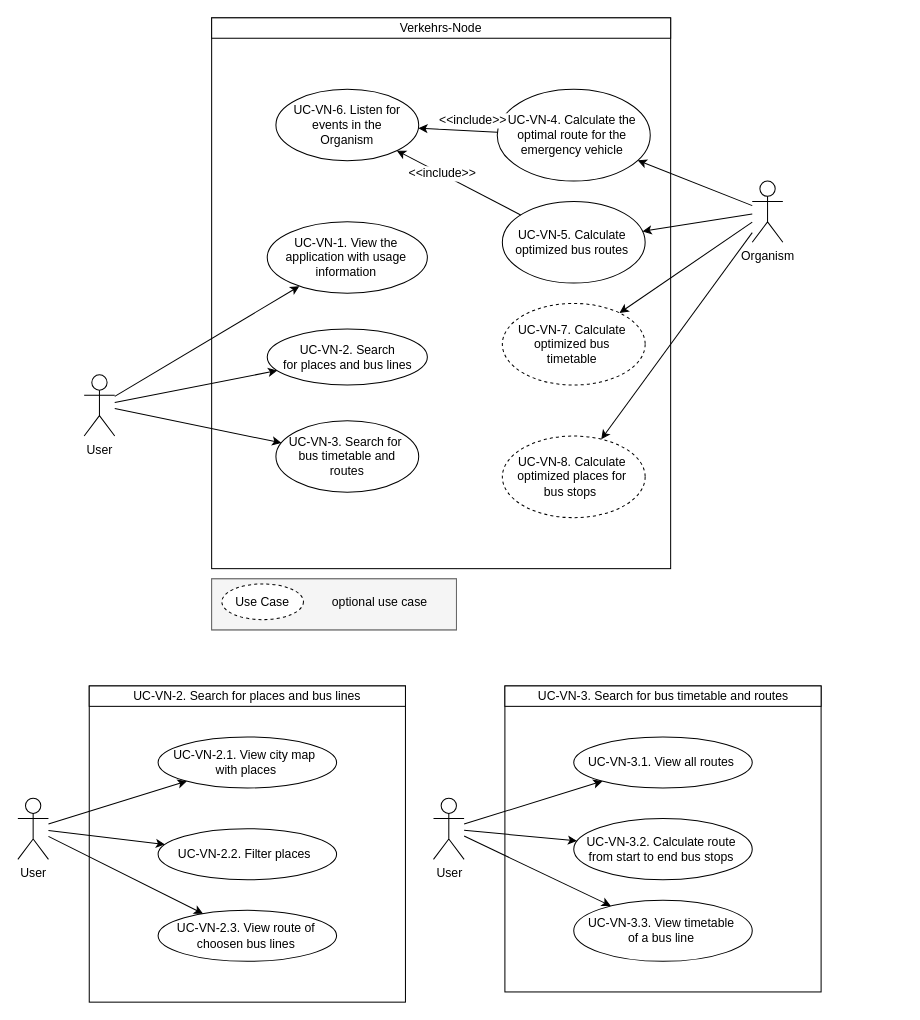
The draw.io diagram Documentation/Use Cases/Use-Case-Diagram.drawio in mif-sge/verkehr, before the edit. Source tidied: cells renumbered, new cells numbered last; positions are measured from the earlier drawing's top-left corner, leaving out a move shared by most shapes. Both pictures are drawn from the tidied source at 102%, with x=0, y=0 at pixel (17, 17). Pictures stored in the file or linked from it are replaced by grey dashed boxes.
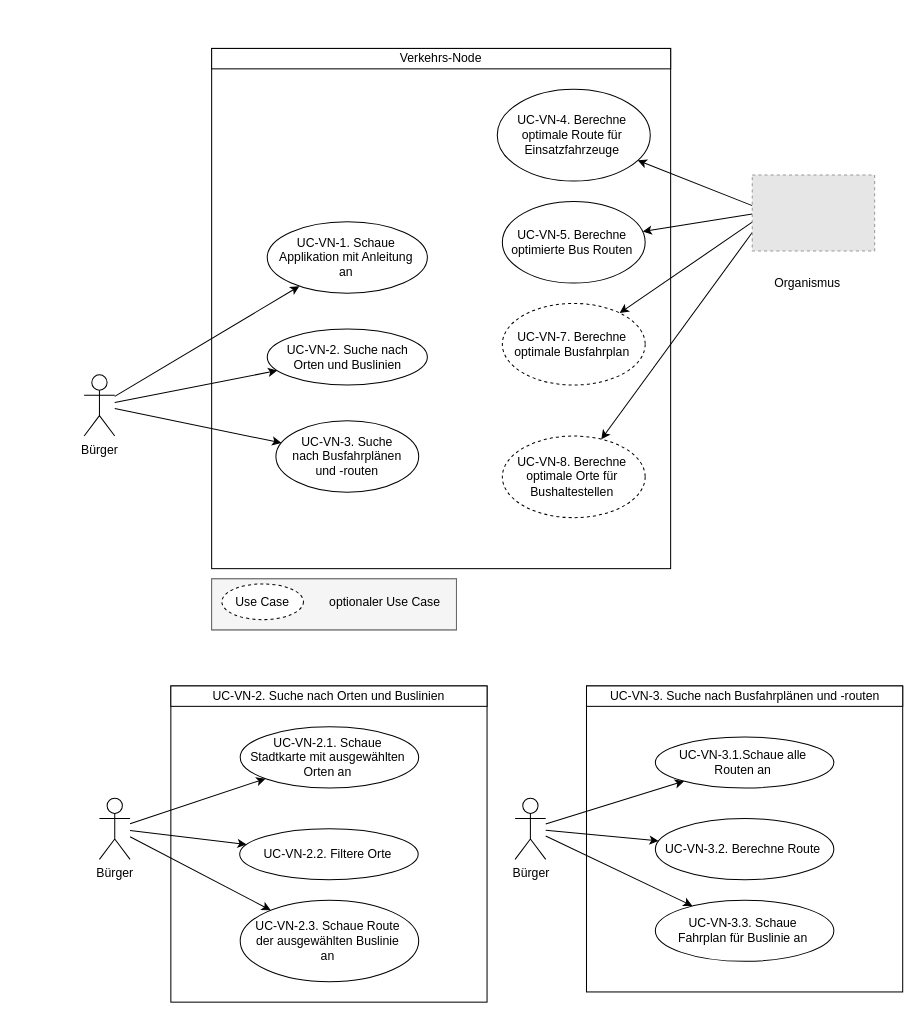
The same diagram, later.

Unchanged cells that the change refers to:
```xml
<mxCell id="22" style="group;" parent="1" vertex="1">
  <mxGeometry x="65" width="685" height="540" as="geometry" />
</mxCell>
<mxCell id="46" style="group;fillColor=#E6E6E6;strokeColor=#666666;fontColor=#333333;" parent="1" vertex="1">
  <mxGeometry x="190" y="550" width="240" height="50" as="geometry" />
</mxCell>
```

The edit, as a diff of the source:
```diff
@@
     <mxCell id="2" style="group;" parent="1" vertex="1">
-      <mxGeometry y="655" width="380" height="310" as="geometry" />
+      <mxGeometry x="80" y="655" width="380" height="310" as="geometry" />
     </mxCell>
@@
-    <mxCell id="4" value="UC-VN-2. Search for&lt;span lang=&quot;en&quot;&gt;&lt;span title=&quot;&quot;&gt;&amp;nbsp;places&amp;nbsp;&lt;/span&gt;&lt;/span&gt;&lt;span lang=&quot;en&quot;&gt;&lt;span title=&quot;&quot;&gt;and bus lines&lt;/span&gt;&lt;/span&gt;" style="rounded=0;whiteSpace=wrap;html=1;" parent="2" vertex="1">
+    <mxCell id="4" value="UC-VN-2. Suche nach Orten und Buslinien" style="rounded=0;whiteSpace=wrap;html=1;" parent="2" vertex="1">
       <mxGeometry x="70" width="310" height="20" as="geometry" />
     </mxCell>
-    <mxCell id="5" value="User" style="shape=umlActor;verticalLabelPosition=bottom;labelBackgroundColor=#ffffff;verticalAlign=top;html=1;" parent="2" vertex="1">
+    <mxCell id="5" value="Bürger" style="shape=umlActor;verticalLabelPosition=bottom;labelBackgroundColor=#ffffff;verticalAlign=top;html=1;" parent="2" vertex="1">
       <mxGeometry y="110" width="30" height="60" as="geometry" />
     </mxCell>
-    <mxCell id="6" value="&lt;span lang=&quot;en&quot;&gt;UC-VN-2.1. View city map&amp;nbsp; with places&lt;br&gt;&lt;/span&gt;" style="ellipse;whiteSpace=wrap;html=1;spacingLeft=7;spacingBottom=10;spacingRight=10;spacingTop=10;" parent="2" vertex="1">
-      <mxGeometry x="137.5" y="50" width="175" height="50" as="geometry" />
+    <mxCell id="6" value="&lt;span lang=&quot;en&quot;&gt;UC-VN-2.1. Schaue Stadtkarte mit ausgewählten Orten an&lt;br&gt;&lt;/span&gt;" style="ellipse;whiteSpace=wrap;html=1;spacingLeft=7;spacingBottom=10;spacingRight=10;spacingTop=10;" parent="2" vertex="1">
+      <mxGeometry x="138" y="40" width="175" height="60" as="geometry" />
     </mxCell>
@@
-    <mxCell id="8" value="&lt;span lang=&quot;en&quot;&gt;UC-VN-2.2. Filter places&amp;nbsp;&lt;br&gt;&lt;/span&gt;" style="ellipse;whiteSpace=wrap;html=1;spacingLeft=7;spacingBottom=10;spacingRight=10;spacingTop=10;" parent="2" vertex="1">
+    <mxCell id="8" value="&lt;span lang=&quot;en&quot;&gt;UC-VN-2.2. Filtere Orte&lt;br&gt;&lt;/span&gt;" style="ellipse;whiteSpace=wrap;html=1;spacingLeft=7;spacingBottom=10;spacingRight=10;spacingTop=10;" parent="2" vertex="1">
       <mxGeometry x="137.5" y="140" width="175" height="50" as="geometry" />
     </mxCell>
@@
-    <mxCell id="10" value="&lt;span lang=&quot;en&quot;&gt;UC-VN-2.3. View route of choosen bus lines&lt;br&gt;&lt;/span&gt;" style="ellipse;whiteSpace=wrap;html=1;spacingLeft=7;spacingBottom=10;spacingRight=10;spacingTop=10;" parent="2" vertex="1">
-      <mxGeometry x="137.5" y="220" width="175" height="50" as="geometry" />
+    <mxCell id="10" value="&lt;span lang=&quot;en&quot;&gt;UC-VN-2.3. Schaue Route der ausgewählten Buslinie an&lt;br&gt;&lt;/span&gt;" style="ellipse;whiteSpace=wrap;html=1;spacingLeft=7;spacingBottom=10;spacingRight=10;spacingTop=10;" parent="2" vertex="1">
+      <mxGeometry x="138" y="210" width="175" height="80" as="geometry" />
     </mxCell>
@@
     <mxCell id="12" style="group;" parent="1" vertex="1">
-      <mxGeometry x="407.5" y="655" width="380" height="300" as="geometry" />
+      <mxGeometry x="487.5" y="655" width="380" height="300" as="geometry" />
     </mxCell>
@@
-    <mxCell id="14" value="&lt;span lang=&quot;en&quot;&gt;UC-VN-3.&amp;nbsp;&lt;/span&gt;&lt;span lang=&quot;en&quot;&gt;Search for bus timetable and routes&lt;/span&gt;" style="rounded=0;whiteSpace=wrap;html=1;" parent="12" vertex="1">
+    <mxCell id="14" value="UC-VN-3. Suche nach Busfahrplänen und -routen&lt;br&gt;" style="rounded=0;whiteSpace=wrap;html=1;" parent="12" vertex="1">
       <mxGeometry x="70" width="310" height="20" as="geometry" />
     </mxCell>
-    <mxCell id="15" value="User" style="shape=umlActor;verticalLabelPosition=bottom;labelBackgroundColor=#ffffff;verticalAlign=top;html=1;" parent="12" vertex="1">
+    <mxCell id="15" value="Bürger" style="shape=umlActor;verticalLabelPosition=bottom;labelBackgroundColor=#ffffff;verticalAlign=top;html=1;" parent="12" vertex="1">
       <mxGeometry y="110" width="30" height="60" as="geometry" />
     </mxCell>
-    <mxCell id="16" value="&lt;span lang=&quot;en&quot;&gt;UC-VN-3.1. View all routes&lt;br&gt;&lt;/span&gt;" style="ellipse;whiteSpace=wrap;html=1;spacingLeft=7;spacingBottom=10;spacingRight=10;spacingTop=10;" parent="12" vertex="1">
+    <mxCell id="16" value="&lt;span lang=&quot;en&quot;&gt;UC-VN-3.1.Schaue alle Routen an&lt;br&gt;&lt;/span&gt;" style="ellipse;whiteSpace=wrap;html=1;spacingLeft=7;spacingBottom=10;spacingRight=10;spacingTop=10;" parent="12" vertex="1">
       <mxGeometry x="137.5" y="50" width="175" height="50" as="geometry" />
     </mxCell>
@@
-    <mxCell id="18" value="&lt;span lang=&quot;en&quot;&gt;UC-VN-3.2. Calculate route from start to end bus stops&lt;br&gt;&lt;/span&gt;" style="ellipse;whiteSpace=wrap;html=1;spacingLeft=7;spacingBottom=10;spacingRight=10;spacingTop=10;" parent="12" vertex="1">
+    <mxCell id="18" value="&lt;span lang=&quot;en&quot;&gt;UC-VN-3.2. Berechne Route&lt;br&gt;&lt;/span&gt;" style="ellipse;whiteSpace=wrap;html=1;spacingLeft=7;spacingBottom=10;spacingRight=10;spacingTop=10;" parent="12" vertex="1">
       <mxGeometry x="137.5" y="130" width="175" height="60" as="geometry" />
     </mxCell>
@@
-    <mxCell id="20" value="&lt;span lang=&quot;en&quot;&gt;UC-VN-3.3. View timetable of a bus line&lt;br&gt;&lt;/span&gt;" style="ellipse;whiteSpace=wrap;html=1;spacingLeft=7;spacingBottom=10;spacingRight=10;spacingTop=10;" parent="12" vertex="1">
+    <mxCell id="20" value="&lt;span lang=&quot;en&quot;&gt;UC-VN-3.3. Schaue Fahrplan für Buslinie an&lt;br&gt;&lt;/span&gt;" style="ellipse;whiteSpace=wrap;html=1;spacingLeft=7;spacingBottom=10;spacingRight=10;spacingTop=10;" parent="12" vertex="1">
       <mxGeometry x="137.5" y="210" width="175" height="60" as="geometry" />
     </mxCell>
@@
     <mxCell id="23" style="rounded=0;whiteSpace=wrap;html=1;" parent="22" vertex="1">
-      <mxGeometry x="125" width="450" height="540" as="geometry" />
+      <mxGeometry x="125" y="30" width="450" height="510" as="geometry" />
     </mxCell>
-    <mxCell id="24" value="User" style="shape=umlActor;verticalLabelPosition=bottom;labelBackgroundColor=#ffffff;verticalAlign=top;html=1;" parent="22" vertex="1">
+    <mxCell id="24" value="Bürger" style="shape=umlActor;verticalLabelPosition=bottom;labelBackgroundColor=#ffffff;verticalAlign=top;html=1;" parent="22" vertex="1">
       <mxGeometry y="350" width="30" height="60" as="geometry" />
     </mxCell>
-    <mxCell id="25" value="Organism" style="shape=umlActor;verticalLabelPosition=bottom;labelBackgroundColor=#ffffff;verticalAlign=top;html=1;" parent="22" vertex="1">
-      <mxGeometry x="655" y="160" width="30" height="60" as="geometry" />
-    </mxCell>
     <mxCell id="26" value="Verkehrs-Node" style="rounded=0;whiteSpace=wrap;html=1;" parent="22" vertex="1">
-      <mxGeometry x="125" width="450" height="20" as="geometry" />
+      <mxGeometry x="125" y="30" width="450" height="20" as="geometry" />
     </mxCell>
-    <mxCell id="27" value="&lt;span lang=&quot;en&quot;&gt;UC-VN-2. Search for&lt;span lang=&quot;en&quot;&gt;&lt;span title=&quot;&quot;&gt;&amp;nbsp;places &lt;/span&gt;&lt;/span&gt;&lt;span lang=&quot;en&quot;&gt;&lt;span title=&quot;&quot;&gt;and bus lines&lt;/span&gt;&lt;/span&gt;&lt;br&gt;&lt;/span&gt;" style="ellipse;whiteSpace=wrap;html=1;spacingLeft=10;spacingBottom=10;spacingRight=10;spacingTop=10;" parent="22" vertex="1">
+    <mxCell id="27" value="&lt;span lang=&quot;en&quot;&gt;UC-VN-2. Suche nach Orten und Buslinien&lt;br&gt;&lt;/span&gt;" style="ellipse;whiteSpace=wrap;html=1;spacingLeft=10;spacingBottom=10;spacingRight=10;spacingTop=10;" parent="22" vertex="1">
       <mxGeometry x="179.5" y="305" width="157" height="55" as="geometry" />
     </mxCell>
@@
-    <mxCell id="29" value="&lt;span lang=&quot;en&quot;&gt;UC-VN-3.&amp;nbsp;&lt;/span&gt;&lt;span lang=&quot;en&quot;&gt;Search for&amp;nbsp; bus timetable and routes&lt;/span&gt;" style="ellipse;whiteSpace=wrap;html=1;spacingLeft=10;spacingBottom=10;spacingRight=10;spacingTop=10;" parent="22" vertex="1">
+    <mxCell id="29" value="UC-VN-3. Suche nach Busfahrplänen und -routen&lt;br&gt;" style="ellipse;whiteSpace=wrap;html=1;spacingLeft=10;spacingBottom=10;spacingRight=10;spacingTop=10;" parent="22" vertex="1">
       <mxGeometry x="188" y="395" width="140" height="70" as="geometry" />
     </mxCell>
@@
-    <mxCell id="31" value="&lt;span lang=&quot;en&quot;&gt;UC-VN-4.&amp;nbsp;&lt;/span&gt;&lt;span lang=&quot;en&quot;&gt;&lt;span lang=&quot;en&quot;&gt;&lt;span title=&quot;&quot;&gt;Calculate&amp;nbsp;&lt;/span&gt;&lt;/span&gt;the optimal route for the emergency vehicle&lt;/span&gt;" style="ellipse;whiteSpace=wrap;html=1;spacingLeft=7;spacingBottom=10;spacingRight=10;spacingTop=10;" parent="22" vertex="1">
+    <mxCell id="31" value="UC-VN-4. Berechne optimale Route für Einsatzfahrzeuge&lt;br&gt;" style="ellipse;whiteSpace=wrap;html=1;spacingLeft=7;spacingBottom=10;spacingRight=10;spacingTop=10;" parent="22" vertex="1">
       <mxGeometry x="405" y="70" width="150" height="90" as="geometry" />
     </mxCell>
-    <mxCell id="32" style="rounded=0;jettySize=auto;html=1;" parent="22" edge="1" source="25" target="31">
-      <mxGeometry relative="1" as="geometry" />
+    <mxCell id="32" style="rounded=0;jettySize=auto;html=1;" parent="22" edge="1" target="31">
+      <mxGeometry relative="1" as="geometry">
+        <mxPoint x="655" y="184.1" as="sourcePoint" />
+      </mxGeometry>
     </mxCell>
-    <mxCell id="33" value="&lt;span lang=&quot;en&quot;&gt;UC-VN-7.&amp;nbsp;&lt;/span&gt;&lt;span lang=&quot;en&quot;&gt;Calculate optimized bus timetable&lt;/span&gt;" style="ellipse;whiteSpace=wrap;html=1;spacingLeft=7;spacingBottom=10;spacingRight=10;spacingTop=10;dashed=1;" parent="22" vertex="1">
+    <mxCell id="33" value="&lt;span lang=&quot;en&quot;&gt;UC-VN-7. Berechne optimale&amp;nbsp;&lt;/span&gt;&lt;span lang=&quot;en&quot;&gt;Busfahrplan&lt;/span&gt;" style="ellipse;whiteSpace=wrap;html=1;spacingLeft=7;spacingBottom=10;spacingRight=10;spacingTop=10;dashed=1;" parent="22" vertex="1">
       <mxGeometry x="410" y="280" width="140" height="80" as="geometry" />
     </mxCell>
-    <mxCell id="34" style="rounded=0;jettySize=auto;html=1;" parent="22" edge="1" source="25" target="33">
-      <mxGeometry relative="1" as="geometry" />
+    <mxCell id="34" style="rounded=0;jettySize=auto;html=1;" parent="22" edge="1" target="33">
+      <mxGeometry relative="1" as="geometry">
+        <mxPoint x="655" y="200.3" as="sourcePoint" />
+      </mxGeometry>
     </mxCell>
-    <mxCell id="35" value="&lt;span lang=&quot;en&quot;&gt;UC-VN-5.&amp;nbsp;&lt;/span&gt;&lt;span lang=&quot;en&quot;&gt;Calculate optimized bus routes&lt;/span&gt;" style="ellipse;whiteSpace=wrap;html=1;spacingLeft=7;spacingBottom=10;spacingRight=10;spacingTop=10;" parent="22" vertex="1">
+    <mxCell id="35" value="UC-VN-5. Berechne optimierte Bus Routen&lt;br&gt;" style="ellipse;whiteSpace=wrap;html=1;spacingLeft=7;spacingBottom=10;spacingRight=10;spacingTop=10;" parent="22" vertex="1">
       <mxGeometry x="410" y="180" width="140" height="80" as="geometry" />
     </mxCell>
-    <mxCell id="36" style="edgeStyle=none;rounded=0;jettySize=auto;html=1;" parent="22" edge="1" source="25" target="35">
-      <mxGeometry relative="1" as="geometry" />
+    <mxCell id="36" style="edgeStyle=none;rounded=0;jettySize=auto;html=1;" parent="22" edge="1" target="35">
+      <mxGeometry relative="1" as="geometry">
+        <mxPoint x="655" y="192.4" as="sourcePoint" />
+      </mxGeometry>
     </mxCell>
-    <mxCell id="37" value="&lt;span lang=&quot;en&quot;&gt;UC-VN-1. View the application with usage information&lt;br&gt;&lt;/span&gt;" style="ellipse;whiteSpace=wrap;html=1;spacingLeft=7;spacingBottom=10;spacingRight=10;spacingTop=10;" parent="22" vertex="1">
+    <mxCell id="37" value="&lt;span lang=&quot;en&quot;&gt;UC-VN-1. Schaue Applikation mit Anleitung an&lt;br&gt;&lt;/span&gt;" style="ellipse;whiteSpace=wrap;html=1;spacingLeft=7;spacingBottom=10;spacingRight=10;spacingTop=10;" parent="22" vertex="1">
       <mxGeometry x="179.5" y="200" width="157" height="70" as="geometry" />
     </mxCell>
@@
-    <mxCell id="39" value="&lt;span lang=&quot;en&quot;&gt;UC-VN-8.&amp;nbsp;&lt;/span&gt;&lt;span lang=&quot;en&quot;&gt;Calculate optimized places for bus stops&amp;nbsp;&lt;/span&gt;" style="ellipse;whiteSpace=wrap;html=1;spacingLeft=7;spacingBottom=10;spacingRight=10;spacingTop=10;dashed=1;" parent="22" vertex="1">
+    <mxCell id="39" value="&lt;span lang=&quot;en&quot;&gt;UC-VN-8. Berechne optimale Orte für Bushaltestellen&lt;/span&gt;" style="ellipse;whiteSpace=wrap;html=1;spacingLeft=7;spacingBottom=10;spacingRight=10;spacingTop=10;dashed=1;" parent="22" vertex="1">
       <mxGeometry x="410" y="410" width="140" height="80" as="geometry" />
     </mxCell>
-    <mxCell id="40" style="edgeStyle=none;rounded=0;jettySize=auto;html=1;" parent="22" edge="1" source="25" target="39">
-      <mxGeometry relative="1" as="geometry" />
+    <mxCell id="40" style="edgeStyle=none;rounded=0;jettySize=auto;html=1;" parent="22" edge="1" target="39">
+      <mxGeometry relative="1" as="geometry">
+        <mxPoint x="655" y="210.5" as="sourcePoint" />
+      </mxGeometry>
     </mxCell>
-    <mxCell id="41" value="&lt;span lang=&quot;en&quot;&gt;UC-VN-6.&amp;nbsp;&lt;/span&gt;&lt;span lang=&quot;en&quot;&gt;Listen for events in the Organism&lt;/span&gt;" style="ellipse;whiteSpace=wrap;html=1;spacingLeft=10;spacingBottom=10;spacingRight=10;spacingTop=10;" parent="22" vertex="1">
-      <mxGeometry x="188" y="70" width="140" height="70" as="geometry" />
-    </mxCell>
-    <mxCell id="42" style="edgeStyle=none;rounded=0;jettySize=auto;html=1;" parent="22" edge="1" source="31" target="41">
-      <mxGeometry relative="1" as="geometry" />
-    </mxCell>
-    <mxCell id="43" value="&amp;lt;&amp;lt;include&amp;gt;&amp;gt;" style="text;html=1;align=center;verticalAlign=middle;labelBackgroundColor=#ffffff;" parent="42" vertex="1">
-      <mxGeometry x="0.25" y="-1" relative="1" as="geometry">
-        <mxPoint x="23.5" y="-8.5" as="offset" />
-      </mxGeometry>
-    </mxCell>
-    <mxCell id="44" style="edgeStyle=none;rounded=0;jettySize=auto;html=1;" parent="22" edge="1" source="35" target="41">
-      <mxGeometry relative="1" as="geometry" />
-    </mxCell>
-    <mxCell id="45" value="&amp;lt;&amp;lt;include&amp;gt;&amp;gt;" style="text;html=1;align=center;verticalAlign=middle;labelBackgroundColor=#ffffff;" parent="44" vertex="1">
-      <mxGeometry x="0.27" y="-1" relative="1" as="geometry">
-        <mxPoint x="-1" as="offset" />
-      </mxGeometry>
-    </mxCell>
@@
-    <mxCell id="49" value="&lt;span lang=&quot;en&quot;&gt;optional use case&lt;/span&gt;" style="rounded=0;whiteSpace=wrap;html=1;strokeColor=none;fillColor=none;" parent="46" vertex="1">
-      <mxGeometry x="110" y="8" width="110" height="30" as="geometry" />
+    <mxCell id="49" value="&lt;span lang=&quot;en&quot;&gt;optionaler Use Case&lt;/span&gt;" style="rounded=0;whiteSpace=wrap;html=1;strokeColor=none;fillColor=none;" parent="46" vertex="1">
+      <mxGeometry x="110" y="8" width="120" height="30" as="geometry" />
     </mxCell>
+    <mxCell id="50" style="group;" parent="1" vertex="1">
+      <mxGeometry x="720" y="154" width="120" height="126" as="geometry" />
+    </mxCell>
+    <mxCell id="51" style="fillColor=#E6E6E6;strokeColor=#999999;dashed=1;verticalLabelPosition=bottom;labelBackgroundColor=#ffffff;verticalAlign=top;" parent="50" vertex="1">
+      <mxGeometry width="120" height="74.6" as="geometry" />
+    </mxCell>
+    <mxCell id="52" value="Organismus" style="text;html=1;align=left;verticalAlign=top;spacingTop=-4;" parent="50" vertex="1">
+      <mxGeometry x="20.1" y="95.8" width="80" height="20" as="geometry" />
+    </mxCell>
```
